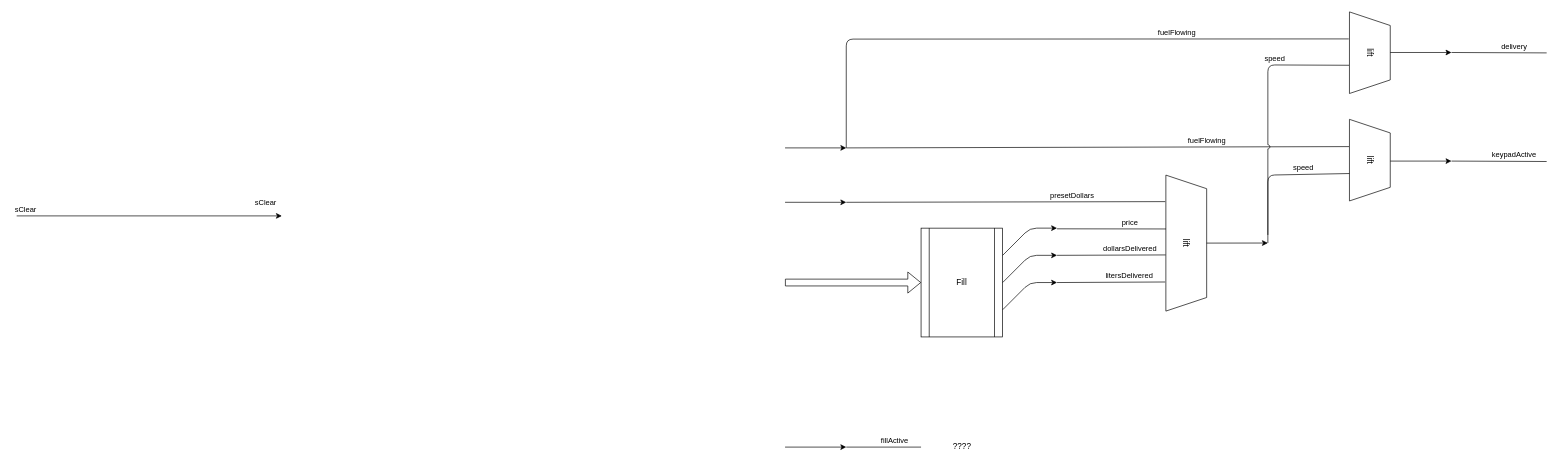
This is Preset.drawio from suzuki-taro-29/FRP-chap4-diagrams, a draw.io file, before an edit. Source tidied: cells renumbered, new cells numbered last; positions are measured from the earlier drawing's top-left corner, leaving out a move shared by most shapes. Both pictures are drawn from the tidied source at 68%, with x=0, y=0 at pixel (16, 32).
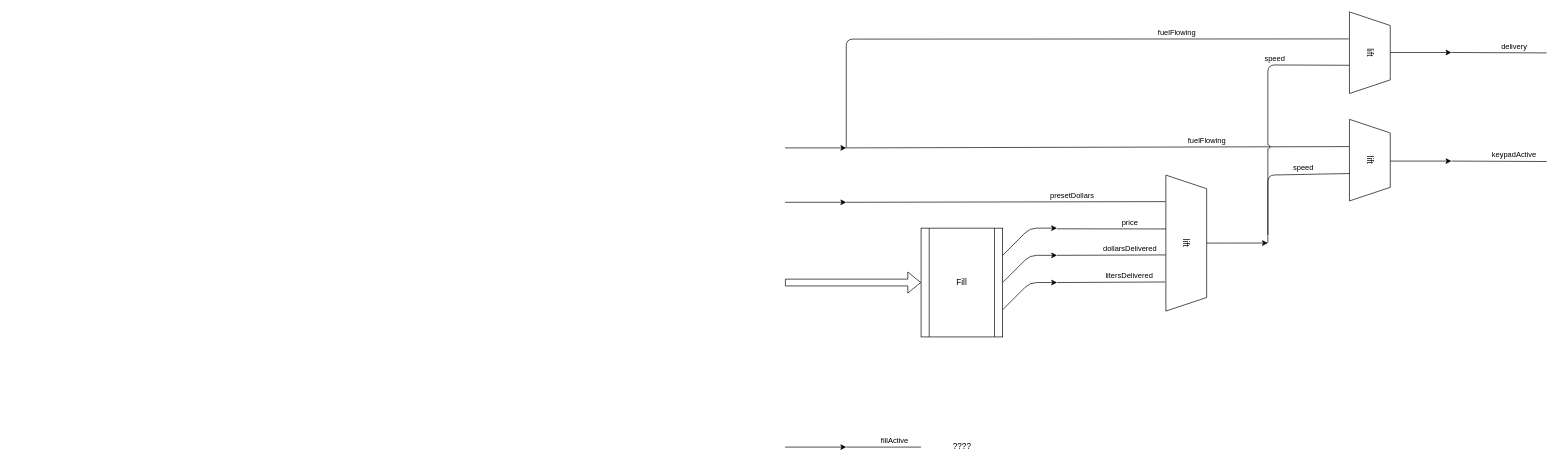
After the change.

Diff of the diagram source:
```diff
@@
-    <mxCell id="2" style="endArrow=classic;html=1;noJump=0;jumpStyle=arc;edgeStyle=orthogonalEdgeStyle;" parent="1" edge="1">
-      <mxGeometry relative="1" as="geometry">
-        <mxPoint y="270" as="sourcePoint" />
-        <mxPoint x="390" y="270" as="targetPoint" />
-      </mxGeometry>
-    </mxCell>
-    <mxCell id="3" value="sClear" style="edgeLabel;html=1;align=center;verticalAlign=middle;" parent="2" vertex="1">
-      <mxGeometry x="0.6" relative="1" as="geometry">
-        <mxPoint x="53" y="-20" as="offset" />
-      </mxGeometry>
-    </mxCell>
-    <mxCell id="4" value="sClear" style="edgeLabel;html=1;align=center;verticalAlign=middle;" parent="2" vertex="1">
-      <mxGeometry x="-0.94" y="1" relative="1" as="geometry">
-        <mxPoint y="-9" as="offset" />
-      </mxGeometry>
-    </mxCell>
```
